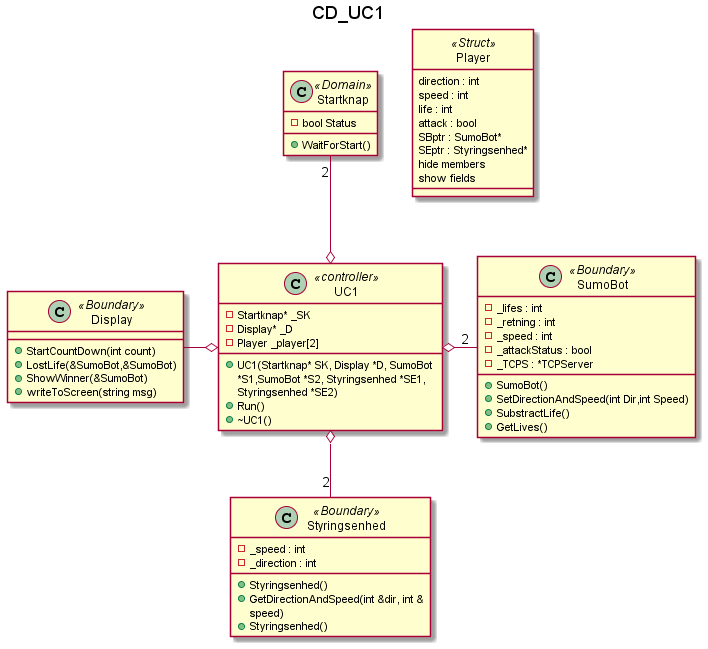
The PlantUML diagram Diagrammer/CentralComputer/ClassDiagram/ClassDiagram/CD_UC1.png in Solvgraa-mager/E3PRJ3, before a commit. Its diagram source:
```plantuml
@startuml
title CD_UC1

skinparam wrapWidth 200

class UC1 <<controller>>{
    +UC1(Startknap* SK, Display *D, SumoBot *S1,SumoBot *S2, Styringsenhed *SE1, Styringsenhed *SE2)
    +Run()
    +~UC1()
    -Startknap* _SK
    -Display* _D
    -Player _player[2]
}

class Startknap <<Domain>>{
-bool Status
+WaitForStart()
}

class Display<<Boundary>>{
    +StartCountDown(int count)
    +LostLife(&SumoBot,&SumoBot)
    +ShowWinner(&SumoBot)
    +writeToScreen(string msg)
}

class SumoBot <<Boundary>>{
    - _lifes : int
    -_retning : int
    -_speed : int
    -_attackStatus : bool
    +SumoBot()
    +SetDirectionAndSpeed(int Dir,int Speed)
    +SubstractLife()
    +GetLives()
    - _TCPS : *TCPServer
}
class Styringsenhed <<Boundary>>{
   - _speed : int
    -_direction : int
    +Styringsenhed()
    +GetDirectionAndSpeed(int &dir, int &speed)
    +Styringsenhed()
}

class Player <<Struct>> {
direction : int
speed : int
life : int
attack : bool
SBptr : SumoBot*
SEptr : Styringsenhed*
hide members
show fields
}
hide <<Struct>> circle

Startknap"2" --o UC1
UC1 o-- "2"Styringsenhed
UC1 o- "2"SumoBot
Display -o UC1

@enduml
```
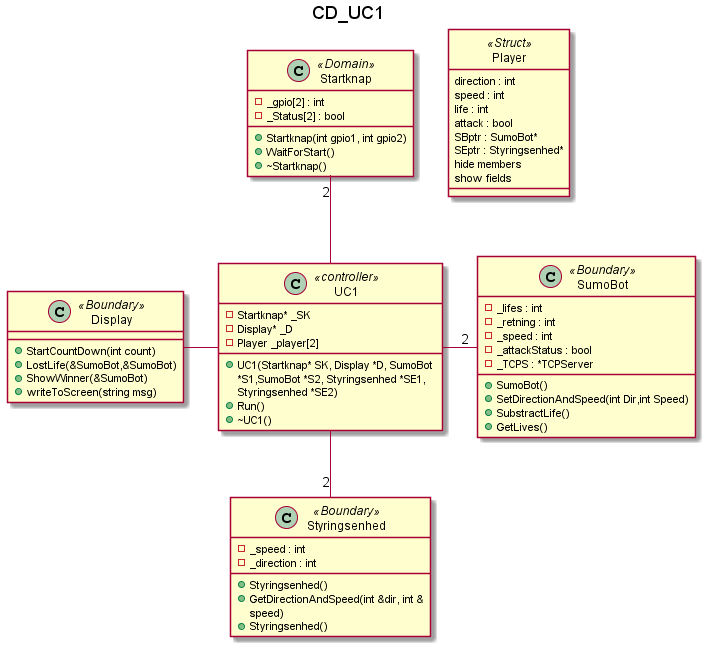
The same diagram one commit later.

Change to the diagram source:
```diff
@@ -13,8 +13,12 @@
 }
 
 class Startknap <<Domain>>{
--bool Status
+-_gpio[2] : int
+-_Status[2] : bool
++Startknap(int gpio1, int gpio2)
 +WaitForStart()
++~Startknap()
+
 }
 
 class Display<<Boundary>>{
@@ -55,9 +59,9 @@
 }
 hide <<Struct>> circle
 
-Startknap"2" --o UC1
-UC1 o-- "2"Styringsenhed
-UC1 o- "2"SumoBot
-Display -o UC1
+Startknap"2" -- UC1
+UC1 -- "2"Styringsenhed
+UC1 - "2"SumoBot
+Display - UC1
 
 @enduml
```
